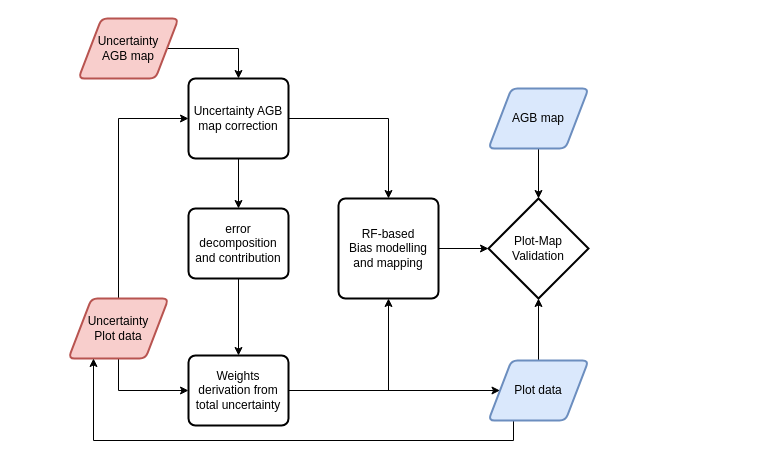
The draw.io diagram Untitled Diagram.drawio in arnanaraza/diagrams, before the edit. Source tidied: cells renumbered, new cells numbered last; positions are measured from the earlier drawing's top-left corner, leaving out a move shared by most shapes. Both pictures are drawn from the tidied source at 100%, with x=0, y=0 at pixel (68, 18).
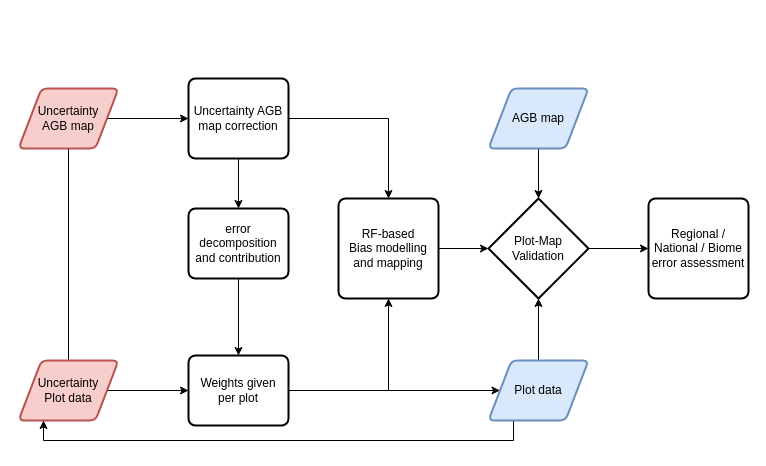
The same page after the edit.

Unchanged cells that the change refers to:
```xml
<mxCell id="10" value="Uncertainty AGB map correction" style="rounded=1;whiteSpace=wrap;html=1;absoluteArcSize=1;arcSize=14;strokeWidth=2;" parent="1" vertex="1">
  <mxGeometry x="120" y="60" width="100" height="80" as="geometry" />
</mxCell>
<mxCell id="22" value="&lt;span style=&quot;white-space: normal&quot;&gt;Plot-Map&lt;br&gt;Validation&lt;/span&gt;" style="strokeWidth=2;html=1;shape=mxgraph.flowchart.decision;whiteSpace=wrap;" parent="1" vertex="1">
  <mxGeometry x="420" y="180" width="100" height="100" as="geometry" />
</mxCell>
```

Diff of the diagram source:
```diff
@@
+    <mxCell id="3" style="edgeStyle=orthogonalEdgeStyle;rounded=0;jettySize=auto;html=1;exitX=0.5;exitY=0;exitDx=0;exitDy=0;entryX=0;entryY=0.5;entryDx=0;entryDy=0;" parent="1" edge="1" source="4" target="10">
+      <mxGeometry relative="1" as="geometry" />
+    </mxCell>
-    <mxCell id="2" style="edgeStyle=orthogonalEdgeStyle;rounded=0;jettySize=auto;html=1;exitX=0.5;exitY=1;exitDx=0;exitDy=0;entryX=0;entryY=0.5;entryDx=0;entryDy=0;" parent="1" edge="1" source="4" target="7">
+    <mxCell id="2" style="edgeStyle=orthogonalEdgeStyle;rounded=0;jettySize=auto;html=1;exitX=1;exitY=0.5;exitDx=0;exitDy=0;entryX=0;entryY=0.5;entryDx=0;entryDy=0;" parent="1" edge="1" source="4" target="7">
       <mxGeometry relative="1" as="geometry" />
     </mxCell>
-    <mxCell id="3" style="edgeStyle=orthogonalEdgeStyle;rounded=0;jettySize=auto;html=1;exitX=0.5;exitY=0;exitDx=0;exitDy=0;entryX=0;entryY=0.5;entryDx=0;entryDy=0;" parent="1" edge="1" source="4" target="10">
-      <mxGeometry relative="1" as="geometry" />
-    </mxCell>
     <mxCell id="4" value="Uncertainty&lt;br&gt;Plot data" style="shape=parallelogram;html=1;strokeWidth=2;perimeter=parallelogramPerimeter;whiteSpace=wrap;rounded=1;arcSize=12;size=0.23;fillColor=#f8cecc;strokeColor=#b85450;" parent="1" vertex="1">
-      <mxGeometry y="280" width="100" height="60" as="geometry" />
+      <mxGeometry x="-50" y="342" width="100" height="60" as="geometry" />
     </mxCell>
@@
-    <mxCell id="7" value="Weights derivation from total uncertainty" style="rounded=1;whiteSpace=wrap;html=1;absoluteArcSize=1;arcSize=14;strokeWidth=2;" parent="1" vertex="1">
+    <mxCell id="7" value="Weights given &lt;br&gt;per plot" style="rounded=1;whiteSpace=wrap;html=1;absoluteArcSize=1;arcSize=14;strokeWidth=2;" parent="1" vertex="1">
       <mxGeometry x="120" y="337" width="100" height="70" as="geometry" />
     </mxCell>
@@
-    <mxCell id="15" style="edgeStyle=orthogonalEdgeStyle;rounded=0;jettySize=auto;html=1;exitX=1;exitY=0.5;exitDx=0;exitDy=0;entryX=0.5;entryY=0;entryDx=0;entryDy=0;" parent="1" edge="1" source="16" target="10">
-      <mxGeometry relative="1" as="geometry" />
-    </mxCell>
     <mxCell id="16" value="Uncertainty&lt;br&gt;AGB map" style="shape=parallelogram;html=1;strokeWidth=2;perimeter=parallelogramPerimeter;whiteSpace=wrap;rounded=1;arcSize=12;size=0.23;fillColor=#f8cecc;strokeColor=#b85450;" parent="1" vertex="1">
-      <mxGeometry x="10" width="100" height="60" as="geometry" />
+      <mxGeometry x="-50" y="70" width="100" height="60" as="geometry" />
     </mxCell>
@@
+    <mxCell id="23" style="edgeStyle=orthogonalEdgeStyle;rounded=0;jettySize=auto;html=1;exitX=1;exitY=0.5;exitDx=0;exitDy=0;exitPerimeter=0;entryX=0;entryY=0.5;entryDx=0;entryDy=0;" parent="1" edge="1" source="22" target="24">
+      <mxGeometry relative="1" as="geometry" />
+    </mxCell>
@@
+    <mxCell id="24" value="Regional / National / Biome error assessment" style="rounded=1;whiteSpace=wrap;html=1;absoluteArcSize=1;arcSize=14;strokeWidth=2;" parent="1" vertex="1">
+      <mxGeometry x="580" y="180" width="100" height="100" as="geometry" />
+    </mxCell>
```
